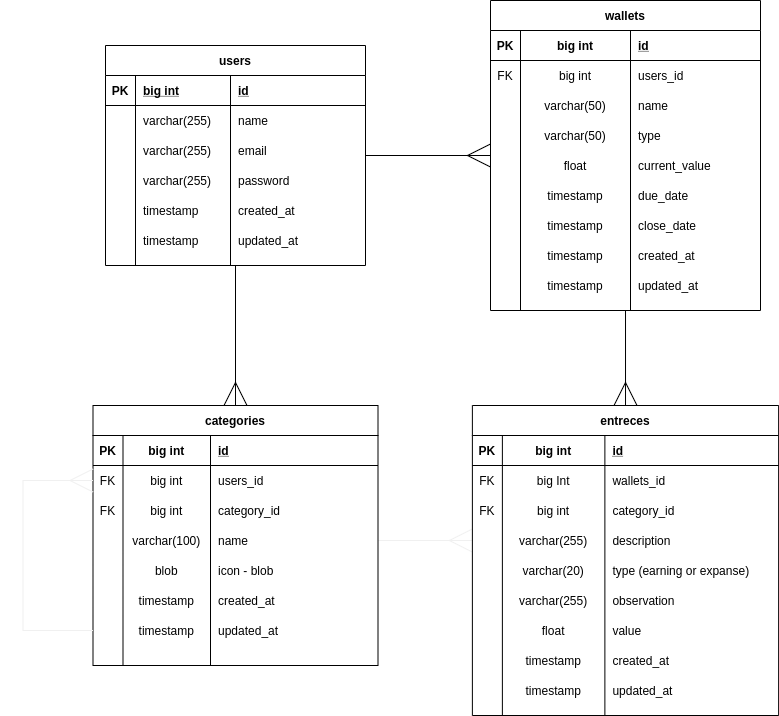
Earlier version of the draw.io export public/my-wallet-der.png (gpreviatti/my-wallet-backend). Source tidied: cells renumbered, new cells last; positions are measured from the earlier drawing's top-left corner, leaving out a move shared by most shapes.
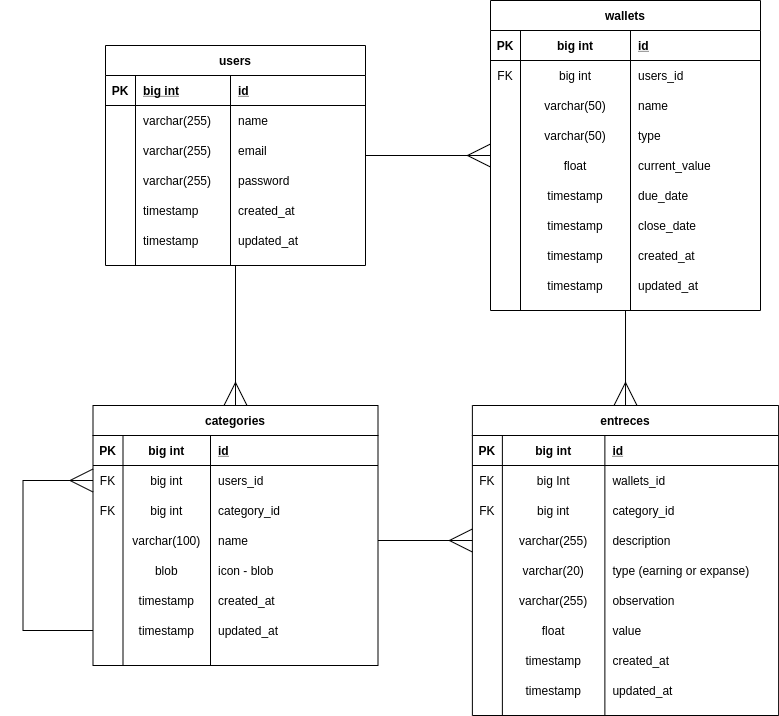
After the change.

Commit message:
imp der

What changed in the source:
```diff
@@ -122,7 +122,7 @@
     <mxCell id="41" style="edgeStyle=orthogonalEdgeStyle;rounded=0;jettySize=auto;html=1;startSize=30;endArrow=ERmany;endFill=0;endSize=21;" parent="1" edge="1" source="77" target="43">
       <mxGeometry relative="1" as="geometry" />
     </mxCell>
-    <mxCell id="42" style="edgeStyle=orthogonalEdgeStyle;rounded=0;jettySize=auto;html=1;entryX=0;entryY=0.5;entryDx=0;entryDy=0;endArrow=ERmany;endFill=0;endSize=21;targetPerimeterSpacing=5;strokeColor=#f0f0f0;" parent="1" edge="1" source="56" target="115">
+    <mxCell id="42" style="edgeStyle=orthogonalEdgeStyle;rounded=0;jettySize=auto;html=1;entryX=0;entryY=0.5;entryDx=0;entryDy=0;endArrow=ERmany;endFill=0;endSize=21;targetPerimeterSpacing=5;" parent="1" edge="1" source="56" target="115">
       <mxGeometry relative="1" as="geometry" />
     </mxCell>
     <mxCell id="43" value="categories" style="shape=table;startSize=30;rowLines=0;fontStyle=1;align=center;" parent="1" vertex="1">
@@ -200,7 +200,7 @@
     <mxCell id="67" value="created_at" style="shape=partialRectangle;fillColor=none;top=0;left=0;bottom=0;right=0;align=left;spacingLeft=6;overflow=hidden;" parent="64" vertex="1">
       <mxGeometry x="117.5" width="167.5" height="30" as="geometry" />
     </mxCell>
-    <mxCell id="68" style="edgeStyle=orthogonalEdgeStyle;rounded=0;jettySize=auto;html=1;entryX=0;entryY=0.5;entryDx=0;entryDy=0;endArrow=ERmany;endFill=0;endSize=21;targetPerimeterSpacing=5;strokeColor=#f0f0f0;" parent="43" edge="1" source="69" target="48">
+    <mxCell id="68" style="edgeStyle=orthogonalEdgeStyle;rounded=0;jettySize=auto;html=1;entryX=0;entryY=0.5;entryDx=0;entryDy=0;endArrow=ERmany;endFill=0;endSize=21;targetPerimeterSpacing=5;startSize=21;" parent="43" edge="1" source="69" target="48">
       <mxGeometry relative="1" as="geometry">
         <Array as="points">
           <mxPoint x="-70" y="225" />
```
